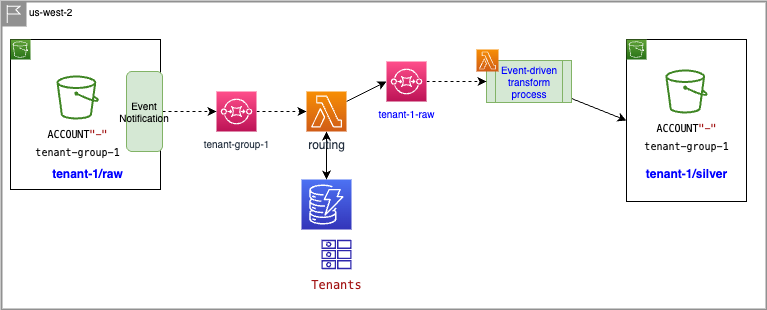
Earlier version of the draw.io export docs/labs/sqs/diagrams/demo-1-e2e.drawio.png (jbcodeforce/aws-messaging-samples). Source tidied: cells renumbered, new cells last; positions are measured from the earlier drawing's top-left corner, leaving out a move shared by most shapes.
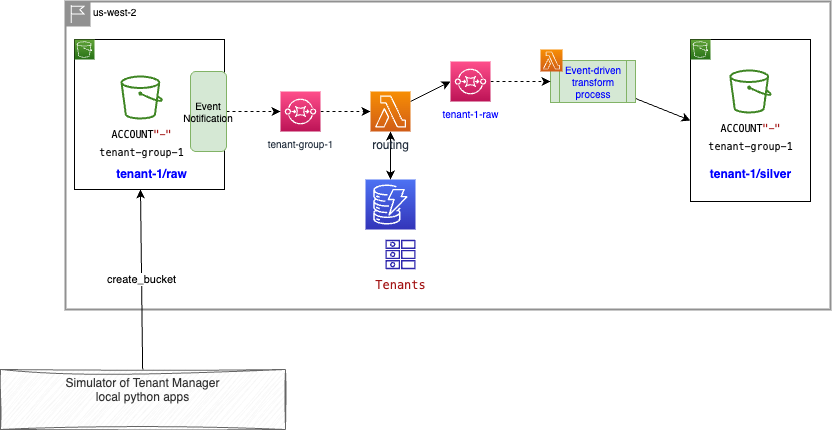
The same file after the commit.

Commit message:
update to the tenants manager python apps

What changed in the source:
```diff
@@ -71,5 +71,11 @@
     <mxCell id="24" value="tenant-1/raw" style="text;html=1;align=center;verticalAlign=middle;points=[];strokeColor=none;fillColor=none;fontColor=#0000FF;fontStyle=1;" parent="1" vertex="1">
       <mxGeometry x="41.2" y="158" width="90" height="30" as="geometry" />
     </mxCell>
+    <mxCell id="25" value="create_bucket" style="edgeStyle=none;html=1;entryX=0.376;entryY=1;entryDx=0;entryDy=0;entryPerimeter=0;" parent="1" edge="1" source="26" target="24">
+      <mxGeometry relative="1" as="geometry" />
+    </mxCell>
+    <mxCell id="26" value="Simulator of Tenant Manager&lt;br&gt;local python apps" style="rounded=0;whiteSpace=wrap;html=1;fillColor=#f5f5f5;fontColor=#333333;strokeColor=#666666;sketch=1;curveFitting=1;jiggle=2;verticalAlign=top;" parent="1" vertex="1">
+      <mxGeometry x="-65" y="368" width="285" height="60" as="geometry" />
+    </mxCell>
   </root>
 </mxGraphModel>
```
